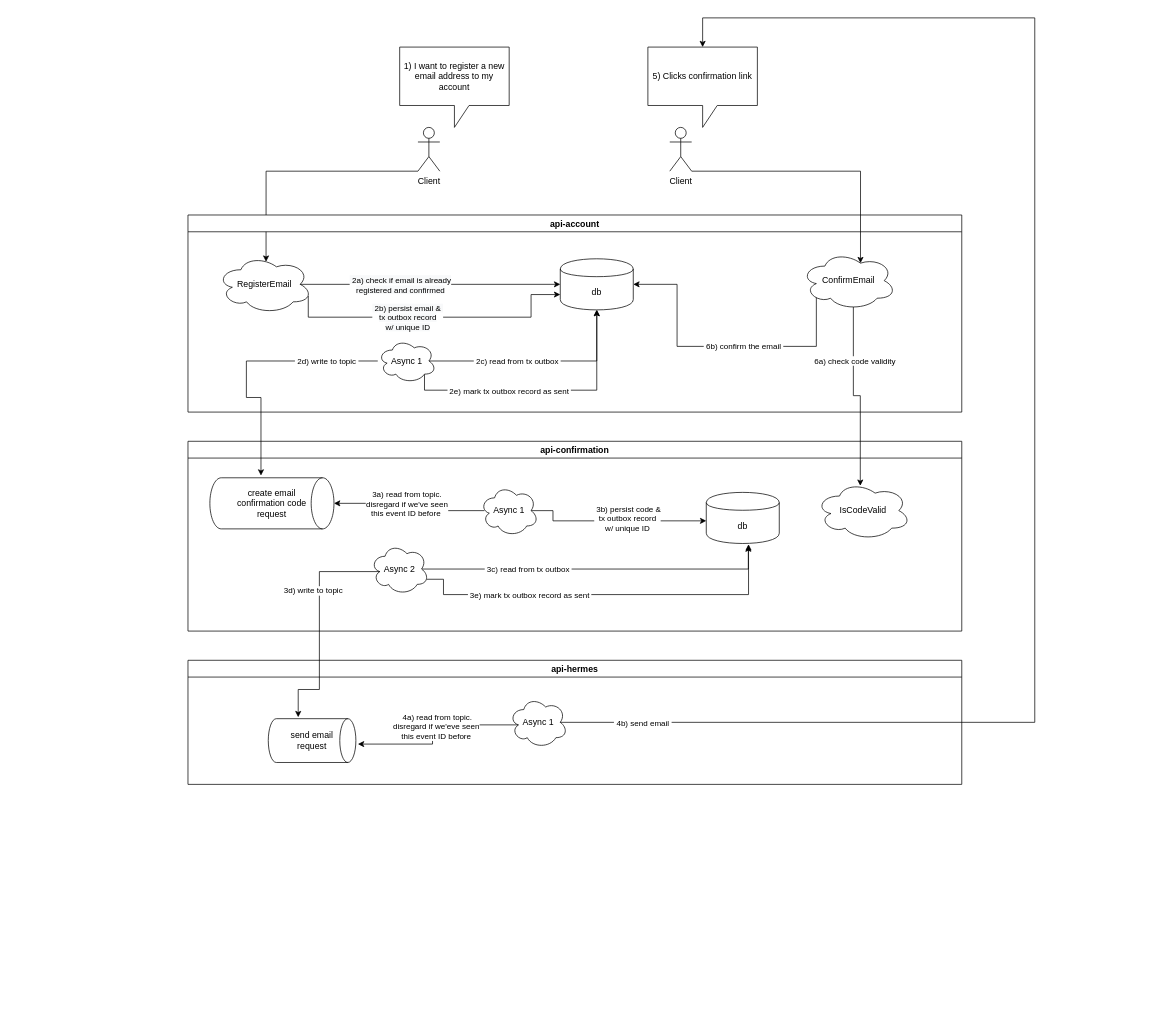
AlpacaLabs/protorepo keeps this draw.io diagram as page "register-email" (2 of 3) of architecture.drawio. Above is the earlier version. Source tidied: cells renumbered, new cells numbered last; positions are measured from the earlier drawing's top-left corner, leaving out a move shared by most shapes. Both pictures are drawn from the tidied source at 73%, with x=0, y=0 at pixel (188, 18).
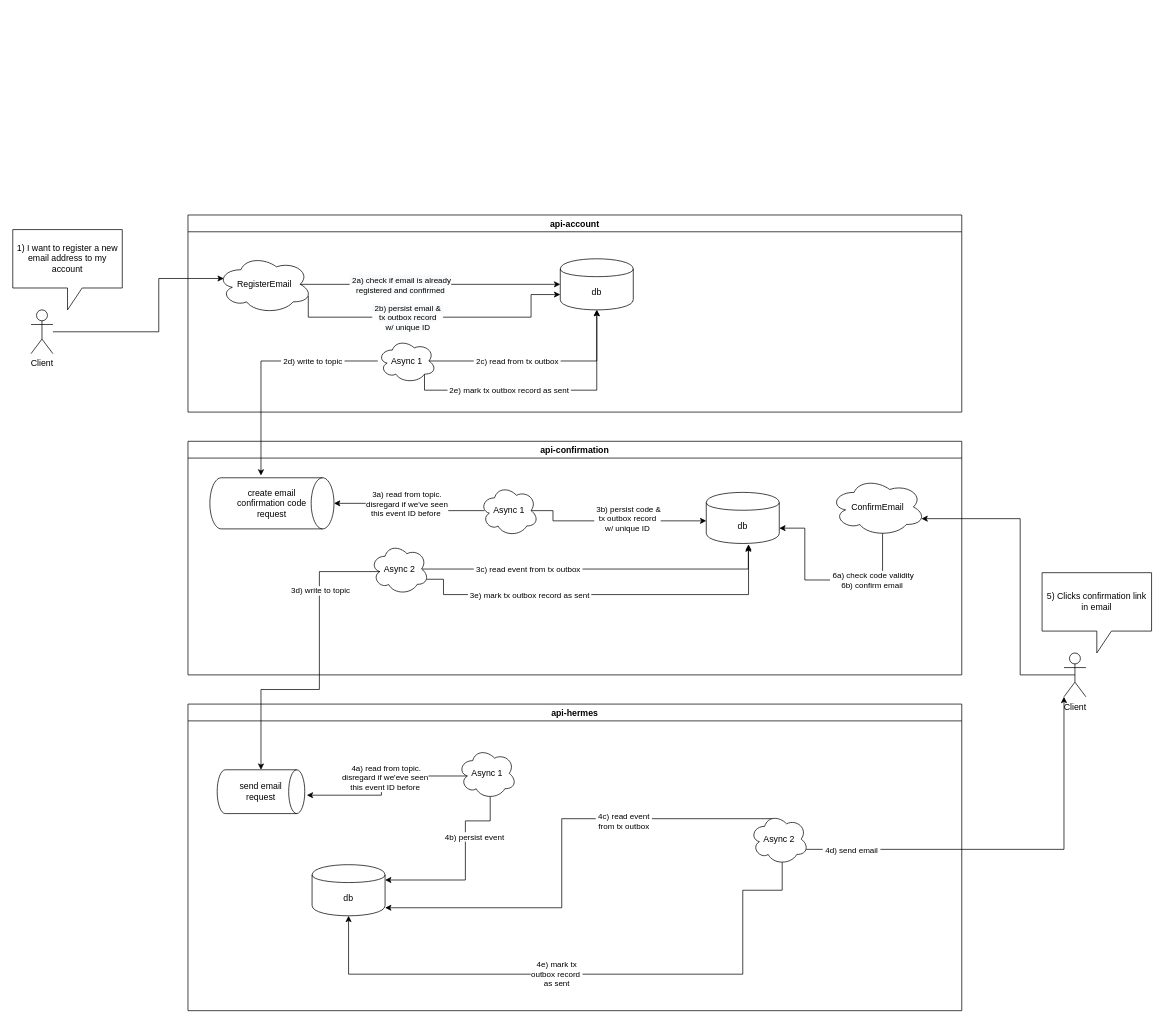
The same page after the edit.

The change refers to these unchanged cells:
```xml
<mxCell id="5" value="db" style="shape=cylinder;whiteSpace=wrap;html=1;boundedLbl=1;backgroundOutline=1;" parent="4" vertex="1">
  <mxGeometry x="710" y="70" width="100" height="70" as="geometry" />
</mxCell>
<mxCell id="12" style="edgeStyle=orthogonalEdgeStyle;rounded=0;jettySize=auto;html=1;exitX=0.875;exitY=0.5;exitDx=0;exitDy=0;exitPerimeter=0;entryX=0.576;entryY=1.039;entryDx=0;entryDy=0;entryPerimeter=0;" parent="4" edge="1" source="16" target="5">
  <mxGeometry relative="1" as="geometry">
    <Array as="points">
      <mxPoint x="768" y="175" />
    </Array>
  </mxGeometry>
</mxCell>
<mxCell id="16" value="Async 2" style="ellipse;shape=cloud;whiteSpace=wrap;html=1;rounded=0;" parent="4" vertex="1">
  <mxGeometry x="250" y="140" width="80" height="70" as="geometry" />
</mxCell>
<mxCell id="18" value="api-account" style="swimlane;rounded=0;" parent="1" vertex="1">
  <mxGeometry y="270" width="1060" height="270" as="geometry" />
</mxCell>
<mxCell id="21" value="RegisterEmail" style="ellipse;shape=cloud;whiteSpace=wrap;html=1;" parent="18" vertex="1">
  <mxGeometry x="40" y="55" width="130" height="80" as="geometry" />
</mxCell>
<mxCell id="22" value="db" style="shape=cylinder;whiteSpace=wrap;html=1;boundedLbl=1;backgroundOutline=1;" parent="18" vertex="1">
  <mxGeometry x="510" y="60" width="100" height="70" as="geometry" />
</mxCell>
<mxCell id="27" style="edgeStyle=orthogonalEdgeStyle;rounded=0;jettySize=auto;html=1;exitX=0.8;exitY=0.8;exitDx=0;exitDy=0;exitPerimeter=0;entryX=0.5;entryY=1;entryDx=0;entryDy=0;" parent="18" edge="1" source="29" target="22">
  <mxGeometry relative="1" as="geometry">
    <Array as="points">
      <mxPoint x="324" y="240" />
      <mxPoint x="560" y="240" />
    </Array>
  </mxGeometry>
</mxCell>
<mxCell id="29" value="Async 1" style="ellipse;shape=cloud;whiteSpace=wrap;html=1;rounded=0;" parent="18" vertex="1">
  <mxGeometry x="260" y="170" width="80" height="60" as="geometry" />
</mxCell>
```

Change to the diagram source:
```diff
@@
-    <mxCell id="2" style="edgeStyle=orthogonalEdgeStyle;rounded=0;jettySize=auto;html=1;entryX=0.515;entryY=0.113;entryDx=0;entryDy=0;entryPerimeter=0;" parent="1" edge="1" source="3" target="21">
+    <mxCell id="2" style="edgeStyle=orthogonalEdgeStyle;rounded=0;jettySize=auto;html=1;entryX=0.07;entryY=0.4;entryDx=0;entryDy=0;entryPerimeter=0;" parent="1" edge="1" source="3" target="21">
       <mxGeometry relative="1" as="geometry">
         <Array as="points">
-          <mxPoint x="330" y="210" />
-          <mxPoint x="107" y="210" />
+          <mxPoint x="-40" y="430" />
+          <mxPoint x="-40" y="357" />
         </Array>
       </mxGeometry>
     </mxCell>
     <mxCell id="3" value="Client" style="shape=umlActor;verticalLabelPosition=bottom;labelBackgroundColor=#ffffff;verticalAlign=top;html=1;outlineConnect=0;" parent="1" vertex="1">
-      <mxGeometry x="315" y="150" width="30" height="60" as="geometry" />
+      <mxGeometry x="-215" y="400" width="30" height="60" as="geometry" />
     </mxCell>
     <mxCell id="4" value="api-confirmation" style="swimlane;" parent="1" vertex="1">
-      <mxGeometry y="580" width="1060" height="260" as="geometry" />
+      <mxGeometry y="580" width="1060" height="320" as="geometry" />
     </mxCell>
@@
-    <mxCell id="13" value="&amp;nbsp;3c) read from tx outbox&amp;nbsp;" style="edgeLabel;html=1;align=center;verticalAlign=middle;" parent="12" vertex="1">
+    <mxCell id="13" value="&amp;nbsp;3c) read event from tx outbox&amp;nbsp;" style="edgeLabel;html=1;align=center;verticalAlign=middle;" parent="12" vertex="1">
       <mxGeometry x="-0.64" y="-1" relative="1" as="geometry">
         <mxPoint x="59.7" y="-1" as="offset" />
       </mxGeometry>
     </mxCell>
@@
-    <mxCell id="17" value="IsCodeValid" style="ellipse;shape=cloud;whiteSpace=wrap;html=1;" parent="4" vertex="1">
-      <mxGeometry x="860" y="55" width="130" height="80" as="geometry" />
-    </mxCell>
+    <mxCell id="32" value="ConfirmEmail" style="ellipse;shape=cloud;whiteSpace=wrap;html=1;" parent="4" vertex="1">
+      <mxGeometry x="880" y="50" width="130" height="80" as="geometry" />
+    </mxCell>
+    <mxCell id="48" style="edgeStyle=orthogonalEdgeStyle;rounded=0;jettySize=auto;html=1;exitX=0.55;exitY=0.95;exitDx=0;exitDy=0;exitPerimeter=0;entryX=1;entryY=0.7;entryDx=0;entryDy=0;" parent="4" edge="1" source="32" target="5">
+      <mxGeometry relative="1" as="geometry">
+        <Array as="points">
+          <mxPoint x="952" y="190" />
+          <mxPoint x="845" y="190" />
+          <mxPoint x="845" y="119" />
+        </Array>
+      </mxGeometry>
+    </mxCell>
+    <mxCell id="49" value="&amp;nbsp;6a) check code validity&lt;br&gt;6b) confirm email" style="edgeLabel;html=1;align=center;verticalAlign=middle;" parent="48" vertex="1">
+      <mxGeometry x="-0.43" relative="1" as="geometry" />
+    </mxCell>
@@
     <mxCell id="28" value="&amp;nbsp;2e) mark tx outbox record as sent&amp;nbsp;" style="edgeLabel;html=1;align=center;verticalAlign=middle;" parent="27" vertex="1">
       <mxGeometry x="-0.52" y="-1" relative="1" as="geometry">
-        <mxPoint x="49" as="offset" />
+        <mxPoint x="49" y="-1" as="offset" />
       </mxGeometry>
     </mxCell>
@@
-    <mxCell id="30" style="edgeStyle=orthogonalEdgeStyle;rounded=0;jettySize=auto;html=1;entryX=1;entryY=0.5;entryDx=0;entryDy=0;exitX=0.16;exitY=0.55;exitDx=0;exitDy=0;exitPerimeter=0;" parent="18" edge="1" source="32" target="22">
-      <mxGeometry relative="1" as="geometry">
-        <Array as="points">
-          <mxPoint x="861" y="180" />
-          <mxPoint x="670" y="180" />
-          <mxPoint x="670" y="95" />
-        </Array>
-      </mxGeometry>
-    </mxCell>
-    <mxCell id="31" value="&amp;nbsp;6b) confirm the email&amp;nbsp;" style="edgeLabel;html=1;align=center;verticalAlign=middle;" parent="30" vertex="1">
-      <mxGeometry x="0.66" y="1" relative="1" as="geometry">
-        <mxPoint x="91" y="73.2" as="offset" />
-      </mxGeometry>
-    </mxCell>
-    <mxCell id="32" value="ConfirmEmail" style="ellipse;shape=cloud;whiteSpace=wrap;html=1;" parent="18" vertex="1">
-      <mxGeometry x="840" y="50" width="130" height="80" as="geometry" />
-    </mxCell>
     <mxCell id="33" value="1) I want to register a new email address to my account" style="shape=callout;whiteSpace=wrap;html=1;perimeter=calloutPerimeter;rounded=0;" parent="1" vertex="1">
-      <mxGeometry x="290" y="40" width="150" height="110" as="geometry" />
+      <mxGeometry x="-240" y="290" width="150" height="110" as="geometry" />
     </mxCell>
     <mxCell id="34" style="edgeStyle=orthogonalEdgeStyle;rounded=0;jettySize=auto;html=1;" parent="1" edge="1" source="29">
       <mxGeometry relative="1" as="geometry">
         <mxPoint x="100" y="627" as="targetPoint" />
         <Array as="points">
-          <mxPoint x="80" y="520" />
-          <mxPoint x="100" y="520" />
+          <mxPoint x="100" y="470" />
         </Array>
       </mxGeometry>
     </mxCell>
     <mxCell id="35" value="&amp;nbsp;2d) write to topic&amp;nbsp;" style="edgeLabel;html=1;align=center;verticalAlign=middle;" parent="34" vertex="1">
       <mxGeometry x="-0.82" relative="1" as="geometry">
-        <mxPoint x="-39" as="offset" />
+        <mxPoint x="-61" as="offset" />
       </mxGeometry>
     </mxCell>
     <mxCell id="36" value="api-hermes" style="swimlane;rounded=0;" parent="1" vertex="1">
-      <mxGeometry y="880" width="1060" height="170" as="geometry" />
+      <mxGeometry y="940" width="1060" height="420" as="geometry" />
     </mxCell>
     <mxCell id="37" value="send email &lt;br&gt;request" style="strokeWidth=1;html=1;shape=mxgraph.flowchart.direct_data;whiteSpace=wrap;rounded=0;" parent="36" vertex="1">
-      <mxGeometry x="110" y="80" width="120" height="60" as="geometry" />
+      <mxGeometry x="40" y="90" width="120" height="60" as="geometry" />
     </mxCell>
@@
+    <mxCell id="50" style="edgeStyle=orthogonalEdgeStyle;rounded=0;jettySize=auto;html=1;exitX=0.55;exitY=0.95;exitDx=0;exitDy=0;exitPerimeter=0;entryX=1;entryY=0.3;entryDx=0;entryDy=0;" parent="36" edge="1" source="40" target="52">
+      <mxGeometry relative="1" as="geometry">
+        <Array as="points">
+          <mxPoint x="414" y="160" />
+          <mxPoint x="380" y="160" />
+          <mxPoint x="380" y="241" />
+        </Array>
+      </mxGeometry>
+    </mxCell>
+    <mxCell id="51" value="&amp;nbsp;4b) persist event" style="edgeLabel;html=1;align=center;verticalAlign=middle;" parent="50" vertex="1">
+      <mxGeometry x="-0.31" relative="1" as="geometry">
+        <mxPoint x="10" as="offset" />
+      </mxGeometry>
+    </mxCell>
     <mxCell id="40" value="Async 1" style="ellipse;shape=cloud;whiteSpace=wrap;html=1;rounded=0;" parent="36" vertex="1">
-      <mxGeometry x="440" y="50" width="80" height="70" as="geometry" />
+      <mxGeometry x="370" y="60" width="80" height="70" as="geometry" />
     </mxCell>
+    <mxCell id="52" value="db" style="shape=cylinder;whiteSpace=wrap;html=1;boundedLbl=1;backgroundOutline=1;" parent="36" vertex="1">
+      <mxGeometry x="170" y="220" width="100" height="70" as="geometry" />
+    </mxCell>
+    <mxCell id="53" style="edgeStyle=orthogonalEdgeStyle;rounded=0;jettySize=auto;html=1;exitX=0.4;exitY=0.1;exitDx=0;exitDy=0;exitPerimeter=0;" parent="36" edge="1" source="56">
+      <mxGeometry relative="1" as="geometry">
+        <mxPoint x="270" y="279" as="targetPoint" />
+        <Array as="points">
+          <mxPoint x="512" y="279" />
+        </Array>
+      </mxGeometry>
+    </mxCell>
+    <mxCell id="54" value="&amp;nbsp;4c) read event&amp;nbsp;&lt;br&gt;from tx outbox" style="edgeLabel;html=1;align=center;verticalAlign=middle;" parent="53" vertex="1">
+      <mxGeometry x="-0.44" y="2" relative="1" as="geometry">
+        <mxPoint x="-23" y="1" as="offset" />
+      </mxGeometry>
+    </mxCell>
+    <mxCell id="55" value="&lt;span style=&quot;font-family: &amp;#34;helvetica&amp;#34;&quot;&gt;&amp;nbsp;4e) mark tx&amp;nbsp;&lt;/span&gt;&lt;br style=&quot;font-family: &amp;#34;helvetica&amp;#34;&quot;&gt;&lt;span style=&quot;font-family: &amp;#34;helvetica&amp;#34;&quot;&gt;outbox record&amp;nbsp;&lt;/span&gt;&lt;br style=&quot;font-family: &amp;#34;helvetica&amp;#34;&quot;&gt;&lt;span style=&quot;font-family: &amp;#34;helvetica&amp;#34;&quot;&gt;as sent&lt;/span&gt;" style="edgeStyle=orthogonalEdgeStyle;rounded=0;jettySize=auto;html=1;entryX=0.5;entryY=1;entryDx=0;entryDy=0;exitX=0.55;exitY=0.95;exitDx=0;exitDy=0;exitPerimeter=0;" parent="36" edge="1" source="56" target="52">
+      <mxGeometry x="0.12" relative="1" as="geometry">
+        <Array as="points">
+          <mxPoint x="814" y="255" />
+          <mxPoint x="760" y="255" />
+          <mxPoint x="760" y="370" />
+          <mxPoint x="220" y="370" />
+        </Array>
+      </mxGeometry>
+    </mxCell>
+    <mxCell id="56" value="Async 2" style="ellipse;shape=cloud;whiteSpace=wrap;html=1;rounded=0;" parent="36" vertex="1">
+      <mxGeometry x="770" y="150" width="80" height="70" as="geometry" />
+    </mxCell>
-    <mxCell id="41" style="edgeStyle=orthogonalEdgeStyle;rounded=0;jettySize=auto;html=1;exitX=0.16;exitY=0.55;exitDx=0;exitDy=0;exitPerimeter=0;" parent="1" edge="1" source="16">
+    <mxCell id="41" style="edgeStyle=orthogonalEdgeStyle;rounded=0;jettySize=auto;html=1;exitX=0.16;exitY=0.55;exitDx=0;exitDy=0;exitPerimeter=0;entryX=0.5;entryY=0;entryDx=0;entryDy=0;entryPerimeter=0;" parent="1" edge="1" source="16" target="37">
       <mxGeometry relative="1" as="geometry">
-        <mxPoint x="151" y="958" as="targetPoint" />
         <Array as="points">
           <mxPoint x="180" y="759" />
           <mxPoint x="180" y="920" />
-          <mxPoint x="151" y="920" />
+          <mxPoint x="100" y="920" />
         </Array>
       </mxGeometry>
     </mxCell>
     <mxCell id="42" value="&amp;nbsp;3d) write to topic" style="edgeLabel;html=1;align=center;verticalAlign=middle;" parent="41" vertex="1">
       <mxGeometry x="-0.71" y="-2" relative="1" as="geometry">
-        <mxPoint x="-48.4" y="28.1" as="offset" />
+        <mxPoint x="-20.8" y="28.1" as="offset" />
       </mxGeometry>
     </mxCell>
+    <mxCell id="44" value="Client" style="shape=umlActor;verticalLabelPosition=bottom;labelBackgroundColor=#ffffff;verticalAlign=top;html=1;outlineConnect=0;" parent="1" vertex="1">
+      <mxGeometry x="1200" y="870" width="30" height="60" as="geometry" />
+    </mxCell>
-    <mxCell id="43" style="edgeStyle=orthogonalEdgeStyle;rounded=0;jettySize=auto;html=1;entryX=0.625;entryY=0.2;entryDx=0;entryDy=0;entryPerimeter=0;" parent="1" edge="1" source="44" target="32">
+    <mxCell id="43" style="edgeStyle=orthogonalEdgeStyle;rounded=0;jettySize=auto;html=1;entryX=0.96;entryY=0.7;entryDx=0;entryDy=0;entryPerimeter=0;exitX=0.5;exitY=0.5;exitDx=0;exitDy=0;exitPerimeter=0;" parent="1" edge="1" source="44" target="32">
       <mxGeometry relative="1" as="geometry">
         <Array as="points">
-          <mxPoint x="921" y="210" />
+          <mxPoint x="1140" y="900" />
+          <mxPoint x="1140" y="686" />
         </Array>
       </mxGeometry>
     </mxCell>
-    <mxCell id="44" value="Client" style="shape=umlActor;verticalLabelPosition=bottom;labelBackgroundColor=#ffffff;verticalAlign=top;html=1;outlineConnect=0;" parent="1" vertex="1">
-      <mxGeometry x="660" y="150" width="30" height="60" as="geometry" />
-    </mxCell>
-    <mxCell id="45" value="5) Clicks confirmation link" style="shape=callout;whiteSpace=wrap;html=1;perimeter=calloutPerimeter;rounded=0;" parent="1" vertex="1">
-      <mxGeometry x="630" y="40" width="150" height="110" as="geometry" />
+    <mxCell id="45" value="5) Clicks confirmation link&lt;br&gt;in email" style="shape=callout;whiteSpace=wrap;html=1;perimeter=calloutPerimeter;rounded=0;" parent="1" vertex="1">
+      <mxGeometry x="1170" y="760" width="150" height="110" as="geometry" />
     </mxCell>
-    <mxCell id="46" style="edgeStyle=orthogonalEdgeStyle;rounded=0;jettySize=auto;html=1;exitX=0.875;exitY=0.5;exitDx=0;exitDy=0;exitPerimeter=0;entryX=0.5;entryY=0;entryDx=0;entryDy=0;entryPerimeter=0;" parent="1" edge="1" source="40" target="45">
-      <mxGeometry relative="1" as="geometry">
-        <Array as="points">
-          <mxPoint x="1160" y="965" />
-          <mxPoint x="1160" />
-          <mxPoint x="705" />
-        </Array>
-      </mxGeometry>
-    </mxCell>
-    <mxCell id="47" value="&amp;nbsp;4b) send email&amp;nbsp;" style="edgeLabel;html=1;align=center;verticalAlign=middle;" parent="46" vertex="1">
-      <mxGeometry x="-0.39" y="-2" relative="1" as="geometry">
-        <mxPoint x="-532" y="-2" as="offset" />
-      </mxGeometry>
-    </mxCell>
-    <mxCell id="48" style="edgeStyle=orthogonalEdgeStyle;rounded=0;jettySize=auto;html=1;exitX=0.55;exitY=0.95;exitDx=0;exitDy=0;exitPerimeter=0;entryX=0.469;entryY=0.075;entryDx=0;entryDy=0;entryPerimeter=0;" parent="1" edge="1" source="32" target="17">
-      <mxGeometry relative="1" as="geometry" />
-    </mxCell>
-    <mxCell id="49" value="&amp;nbsp;6a) check code validity" style="edgeLabel;html=1;align=center;verticalAlign=middle;" parent="48" vertex="1">
-      <mxGeometry x="-0.43" relative="1" as="geometry" />
-    </mxCell>
+    <mxCell id="57" style="edgeStyle=orthogonalEdgeStyle;rounded=0;jettySize=auto;html=1;exitX=0.96;exitY=0.7;exitDx=0;exitDy=0;exitPerimeter=0;entryX=0;entryY=1;entryDx=0;entryDy=0;entryPerimeter=0;" parent="1" edge="1" source="56" target="44">
+      <mxGeometry relative="1" as="geometry" />
+    </mxCell>
+    <mxCell id="58" value="&amp;nbsp;4d) send email&amp;nbsp;" style="edgeLabel;html=1;align=center;verticalAlign=middle;" parent="57" vertex="1">
+      <mxGeometry x="-0.78" y="-3" relative="1" as="geometry">
+        <mxPoint y="-2" as="offset" />
+      </mxGeometry>
+    </mxCell>
```
